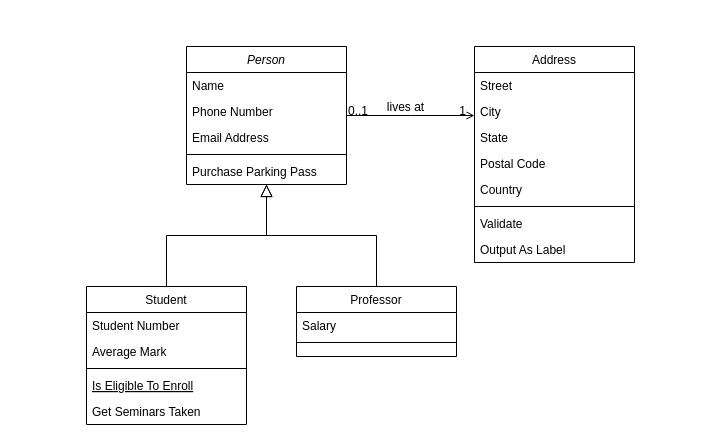
Before: Untitled Diagram.drawio in danangsptro/register-vhs, a draw.io diagram. Source tidied: cells renumbered, new cells numbered last; positions are measured from the earlier drawing's top-left corner, leaving out a move shared by most shapes. Both pictures are drawn from the tidied source at 100%, with x=0, y=0 at pixel (86, 46).
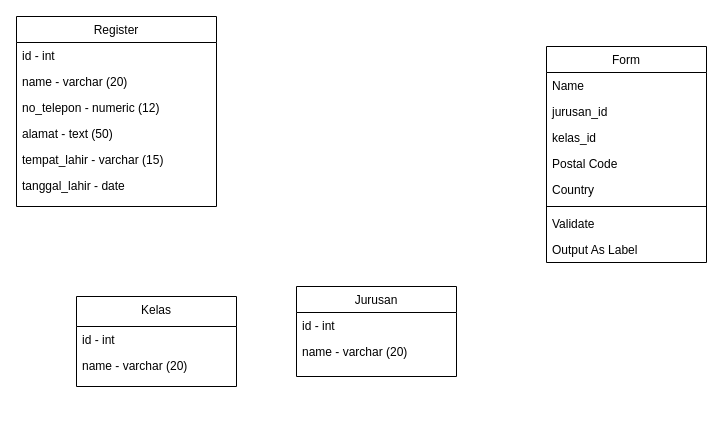
After the change.

The edit, as a diff of the source:
```diff
@@
-    <mxCell id="2" value="Person" style="swimlane;fontStyle=2;align=center;verticalAlign=top;horizontal=1;startSize=26;rounded=0;shadow=0;strokeWidth=1;" parent="1" vertex="1">
-      <mxGeometry x="100" width="160" height="138" as="geometry" />
+    <mxCell id="2" value="Register" style="swimlane;fontStyle=0;align=center;verticalAlign=top;horizontal=1;startSize=26;rounded=0;shadow=0;strokeWidth=1;" parent="1" vertex="1">
+      <mxGeometry x="-70" y="-30" width="200" height="190" as="geometry" />
     </mxCell>
-    <mxCell id="3" value="Name" style="text;align=left;verticalAlign=top;spacingLeft=4;spacingRight=4;overflow=hidden;" parent="2" vertex="1">
-      <mxGeometry y="26" width="160" height="26" as="geometry" />
+    <mxCell id="3" value="id - int" style="text;align=left;verticalAlign=top;spacingLeft=4;spacingRight=4;overflow=hidden;" parent="2" vertex="1">
+      <mxGeometry y="26" width="200" height="26" as="geometry" />
     </mxCell>
-    <mxCell id="4" value="Phone Number" style="text;align=left;verticalAlign=top;spacingLeft=4;spacingRight=4;overflow=hidden;rounded=0;shadow=0;html=0;" parent="2" vertex="1">
-      <mxGeometry y="52" width="160" height="26" as="geometry" />
+    <mxCell id="4" value="name - varchar (20)" style="text;align=left;verticalAlign=top;spacingLeft=4;spacingRight=4;overflow=hidden;rounded=0;shadow=0;html=0;" parent="2" vertex="1">
+      <mxGeometry y="52" width="200" height="26" as="geometry" />
     </mxCell>
-    <mxCell id="5" value="Email Address" style="text;align=left;verticalAlign=top;spacingLeft=4;spacingRight=4;overflow=hidden;rounded=0;shadow=0;html=0;" parent="2" vertex="1">
-      <mxGeometry y="78" width="160" height="26" as="geometry" />
-    </mxCell>
-    <mxCell id="6" style="line;html=1;strokeWidth=1;align=left;verticalAlign=middle;spacingTop=-1;spacingLeft=3;spacingRight=3;labelPosition=right;" parent="2" vertex="1">
-      <mxGeometry y="104" width="160" height="8" as="geometry" />
-    </mxCell>
-    <mxCell id="7" value="Purchase Parking Pass" style="text;align=left;verticalAlign=top;spacingLeft=4;spacingRight=4;overflow=hidden;" parent="2" vertex="1">
-      <mxGeometry y="112" width="160" height="26" as="geometry" />
-    </mxCell>
+    <mxCell id="32" value="no_telepon - numeric (12)" style="text;align=left;verticalAlign=top;spacingLeft=4;spacingRight=4;overflow=hidden;rounded=0;shadow=0;html=0;" parent="2" vertex="1">
+      <mxGeometry y="78" width="200" height="26" as="geometry" />
+    </mxCell>
+    <mxCell id="33" value="alamat - text (50)" style="text;align=left;verticalAlign=top;spacingLeft=4;spacingRight=4;overflow=hidden;rounded=0;shadow=0;html=0;" parent="2" vertex="1">
+      <mxGeometry y="104" width="200" height="26" as="geometry" />
+    </mxCell>
+    <mxCell id="34" value="tempat_lahir - varchar (15)" style="text;align=left;verticalAlign=top;spacingLeft=4;spacingRight=4;overflow=hidden;rounded=0;shadow=0;html=0;" parent="2" vertex="1">
+      <mxGeometry y="130" width="200" height="26" as="geometry" />
+    </mxCell>
+    <mxCell id="35" value="tanggal_lahir - date" style="text;align=left;verticalAlign=top;spacingLeft=4;spacingRight=4;overflow=hidden;rounded=0;shadow=0;html=0;" parent="2" vertex="1">
+      <mxGeometry y="156" width="200" height="26" as="geometry" />
+    </mxCell>
-    <mxCell id="8" value="Student" style="swimlane;fontStyle=0;align=center;verticalAlign=top;horizontal=1;startSize=26;rounded=0;shadow=0;strokeWidth=1;" parent="1" vertex="1">
-      <mxGeometry y="240" width="160" height="138" as="geometry" />
+    <mxCell id="8" value="Kelas" style="swimlane;fontStyle=0;align=center;verticalAlign=top;horizontal=1;startSize=30;rounded=0;shadow=0;strokeWidth=1;" parent="1" vertex="1">
+      <mxGeometry x="-10" y="250" width="160" height="90" as="geometry" />
     </mxCell>
-    <mxCell id="9" value="Student Number" style="text;align=left;verticalAlign=top;spacingLeft=4;spacingRight=4;overflow=hidden;" parent="8" vertex="1">
-      <mxGeometry y="26" width="160" height="26" as="geometry" />
-    </mxCell>
-    <mxCell id="10" value="Average Mark" style="text;align=left;verticalAlign=top;spacingLeft=4;spacingRight=4;overflow=hidden;rounded=0;shadow=0;html=0;" parent="8" vertex="1">
-      <mxGeometry y="52" width="160" height="26" as="geometry" />
+    <mxCell id="10" value="id - int" style="text;align=left;verticalAlign=top;spacingLeft=4;spacingRight=4;overflow=hidden;rounded=0;shadow=0;html=0;" parent="8" vertex="1">
+      <mxGeometry y="30" width="160" height="26" as="geometry" />
     </mxCell>
-    <mxCell id="11" style="line;html=1;strokeWidth=1;align=left;verticalAlign=middle;spacingTop=-1;spacingLeft=3;spacingRight=3;labelPosition=right;" parent="8" vertex="1">
-      <mxGeometry y="78" width="160" height="8" as="geometry" />
-    </mxCell>
-    <mxCell id="12" value="Is Eligible To Enroll" style="text;align=left;verticalAlign=top;spacingLeft=4;spacingRight=4;overflow=hidden;fontStyle=4;" parent="8" vertex="1">
-      <mxGeometry y="86" width="160" height="26" as="geometry" />
-    </mxCell>
-    <mxCell id="13" value="Get Seminars Taken" style="text;align=left;verticalAlign=top;spacingLeft=4;spacingRight=4;overflow=hidden;" parent="8" vertex="1">
-      <mxGeometry y="112" width="160" height="26" as="geometry" />
-    </mxCell>
-    <mxCell id="14" style="endArrow=block;endSize=10;endFill=0;shadow=0;strokeWidth=1;rounded=0;edgeStyle=elbowEdgeStyle;elbow=vertical;" parent="1" edge="1" source="8" target="2">
-      <mxGeometry relative="1" as="geometry" />
-    </mxCell>
+    <mxCell id="36" value="name - varchar (20)" style="text;align=left;verticalAlign=top;spacingLeft=4;spacingRight=4;overflow=hidden;rounded=0;shadow=0;html=0;" parent="8" vertex="1">
+      <mxGeometry y="56" width="160" height="26" as="geometry" />
+    </mxCell>
-    <mxCell id="15" value="Professor" style="swimlane;fontStyle=0;align=center;verticalAlign=top;horizontal=1;startSize=26;rounded=0;shadow=0;strokeWidth=1;" parent="1" vertex="1">
-      <mxGeometry x="210" y="240" width="160" height="70" as="geometry" />
+    <mxCell id="15" value="Jurusan" style="swimlane;fontStyle=0;align=center;verticalAlign=top;horizontal=1;startSize=26;rounded=0;shadow=0;strokeWidth=1;" parent="1" vertex="1">
+      <mxGeometry x="210" y="240" width="160" height="90" as="geometry" />
     </mxCell>
-    <mxCell id="16" value="Salary" style="text;align=left;verticalAlign=top;spacingLeft=4;spacingRight=4;overflow=hidden;" parent="15" vertex="1">
+    <mxCell id="16" value="id - int" style="text;align=left;verticalAlign=top;spacingLeft=4;spacingRight=4;overflow=hidden;" parent="15" vertex="1">
       <mxGeometry y="26" width="160" height="26" as="geometry" />
     </mxCell>
-    <mxCell id="17" style="line;html=1;strokeWidth=1;align=left;verticalAlign=middle;spacingTop=-1;spacingLeft=3;spacingRight=3;labelPosition=right;" parent="15" vertex="1">
-      <mxGeometry y="52" width="160" height="8" as="geometry" />
-    </mxCell>
-    <mxCell id="18" style="endArrow=block;endSize=10;endFill=0;shadow=0;strokeWidth=1;rounded=0;edgeStyle=elbowEdgeStyle;elbow=vertical;" parent="1" edge="1" source="15" target="2">
-      <mxGeometry relative="1" as="geometry" />
-    </mxCell>
+    <mxCell id="37" value="name - varchar (20)" style="text;align=left;verticalAlign=top;spacingLeft=4;spacingRight=4;overflow=hidden;" parent="15" vertex="1">
+      <mxGeometry y="52" width="160" height="26" as="geometry" />
+    </mxCell>
-    <mxCell id="19" value="Address" style="swimlane;fontStyle=0;align=center;verticalAlign=top;horizontal=1;startSize=26;rounded=0;shadow=0;strokeWidth=1;" parent="1" vertex="1">
-      <mxGeometry x="388" width="160" height="216" as="geometry" />
+    <mxCell id="19" value="Form" style="swimlane;fontStyle=0;align=center;verticalAlign=top;horizontal=1;startSize=26;rounded=0;shadow=0;strokeWidth=1;" parent="1" vertex="1">
+      <mxGeometry x="460" width="160" height="216" as="geometry" />
     </mxCell>
-    <mxCell id="20" value="Street" style="text;align=left;verticalAlign=top;spacingLeft=4;spacingRight=4;overflow=hidden;" parent="19" vertex="1">
+    <mxCell id="20" value="Name" style="text;align=left;verticalAlign=top;spacingLeft=4;spacingRight=4;overflow=hidden;" parent="19" vertex="1">
       <mxGeometry y="26" width="160" height="26" as="geometry" />
     </mxCell>
-    <mxCell id="21" value="City" style="text;align=left;verticalAlign=top;spacingLeft=4;spacingRight=4;overflow=hidden;rounded=0;shadow=0;html=0;" parent="19" vertex="1">
+    <mxCell id="21" value="jurusan_id" style="text;align=left;verticalAlign=top;spacingLeft=4;spacingRight=4;overflow=hidden;rounded=0;shadow=0;html=0;" parent="19" vertex="1">
       <mxGeometry y="52" width="160" height="26" as="geometry" />
     </mxCell>
-    <mxCell id="22" value="State" style="text;align=left;verticalAlign=top;spacingLeft=4;spacingRight=4;overflow=hidden;rounded=0;shadow=0;html=0;" parent="19" vertex="1">
+    <mxCell id="22" value="kelas_id" style="text;align=left;verticalAlign=top;spacingLeft=4;spacingRight=4;overflow=hidden;rounded=0;shadow=0;html=0;" parent="19" vertex="1">
       <mxGeometry y="78" width="160" height="26" as="geometry" />
     </mxCell>
@@
-    <mxCell id="28" style="endArrow=open;shadow=0;strokeWidth=1;rounded=0;endFill=1;edgeStyle=elbowEdgeStyle;elbow=vertical;" parent="1" edge="1" source="2" target="19">
-      <mxGeometry x="0.5" y="41" relative="1" as="geometry">
-        <mxPoint x="-40" y="32" as="offset" />
-      </mxGeometry>
-    </mxCell>
-    <mxCell id="29" value="0..1" style="align=left;verticalAlign=bottom;labelBackgroundColor=none;fontSize=12;" parent="28" vertex="1">
-      <mxGeometry x="-1" relative="1" as="geometry">
-        <mxPoint y="4" as="offset" />
-      </mxGeometry>
-    </mxCell>
-    <mxCell id="30" value="1" style="align=right;verticalAlign=bottom;labelBackgroundColor=none;fontSize=12;" parent="28" vertex="1">
-      <mxGeometry x="1" relative="1" as="geometry">
-        <mxPoint x="-7" y="4" as="offset" />
-      </mxGeometry>
-    </mxCell>
-    <mxCell id="31" value="lives at" style="text;html=1;align=center;verticalAlign=middle;labelBackgroundColor=none;rounded=0;shadow=0;strokeWidth=1;fontSize=12;" parent="28" vertex="1">
-      <mxGeometry x="0.5" y="49" relative="1" as="geometry">
-        <mxPoint x="-38" y="40" as="offset" />
-      </mxGeometry>
-    </mxCell>
```
